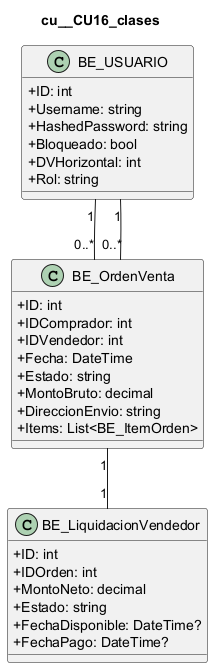
Before: docs/diagramas/uml_png/cu__CU16_clases.png, a diagram exported from PlantUML (L-Muniz/uai-diploma_2026). The source it was exported from:
```plantuml
@startuml
skinparam classAttributeIconSize 0
title cu__CU16_clases
class "BE_USUARIO" as USUARIO {
  +ID: int
  +Username: string
  +HashedPassword: string
  +Bloqueado: bool
  +DVHorizontal: int
  +Rol: string
}
class "BE_LiquidacionVendedor" as LIQUIDACION {
  +ID: int
  +IDOrden: int
  +MontoNeto: decimal
  +Estado: string
  +FechaDisponible: DateTime?
  +FechaPago: DateTime?
}
class "BE_OrdenVenta" as ORDEN {
  +ID: int
  +IDComprador: int
  +IDVendedor: int
  +Fecha: DateTime
  +Estado: string
  +MontoBruto: decimal
  +DireccionEnvio: string
  +Items: List<BE_ItemOrden>
}
USUARIO "1" -- "0..*" ORDEN
USUARIO "1" -- "0..*" ORDEN
ORDEN "1" -- "1" LIQUIDACION
@enduml
```
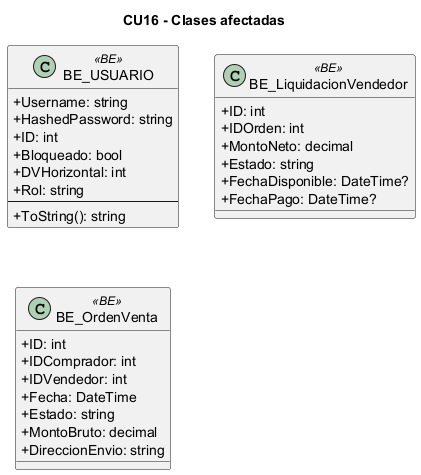
Later version of the same file.

Change to the diagram source:
```diff
@@ -1,15 +1,17 @@
 @startuml
 skinparam classAttributeIconSize 0
-title cu__CU16_clases
-class "BE_USUARIO" as USUARIO {
-  +ID: int
+title CU16 - Clases afectadas
+class "BE_USUARIO" as BE_USUARIO <<BE>> {
   +Username: string
   +HashedPassword: string
+  +ID: int
   +Bloqueado: bool
   +DVHorizontal: int
   +Rol: string
+  --
+  +ToString(): string
 }
-class "BE_LiquidacionVendedor" as LIQUIDACION {
+class "BE_LiquidacionVendedor" as BE_LiquidacionVendedor <<BE>> {
   +ID: int
   +IDOrden: int
   +MontoNeto: decimal
@@ -17,7 +19,7 @@
   +FechaDisponible: DateTime?
   +FechaPago: DateTime?
 }
-class "BE_OrdenVenta" as ORDEN {
+class "BE_OrdenVenta" as BE_OrdenVenta <<BE>> {
   +ID: int
   +IDComprador: int
   +IDVendedor: int
@@ -25,9 +27,5 @@
   +Estado: string
   +MontoBruto: decimal
   +DireccionEnvio: string
-  +Items: List<BE_ItemOrden>
 }
-USUARIO "1" -- "0..*" ORDEN
-USUARIO "1" -- "0..*" ORDEN
-ORDEN "1" -- "1" LIQUIDACION
 @enduml
```
